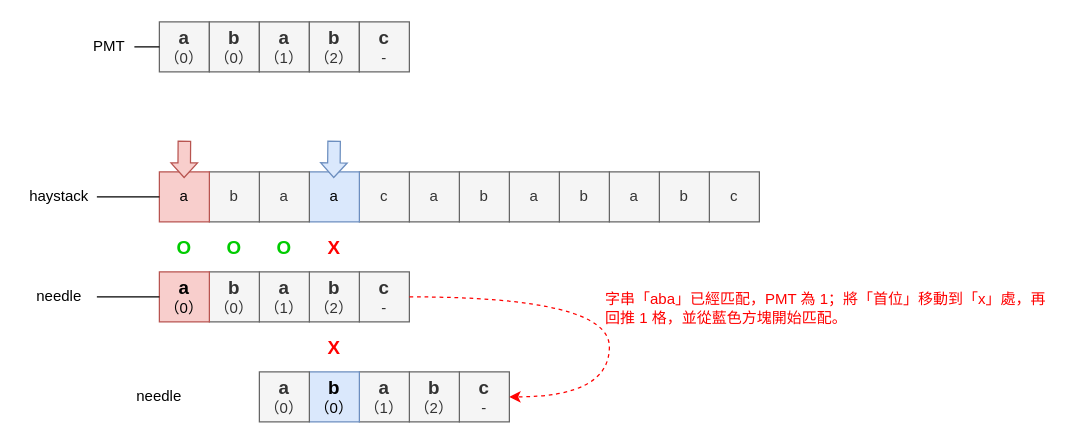
Earlier version of the draw.io diagram page "第 8 页" (7 of 11) of docs/0028_find_the_index_of_the_first_occurrence_in_a_string_kmp.drawio (rickbsr/example-leetcode). Source tidied: cells renumbered, new cells numbered last; positions are measured from the earlier drawing's top-left corner, leaving out a move shared by most shapes. Both pictures are drawn from the tidied source at 125%, with x=0, y=0 at pixel (21, 21).
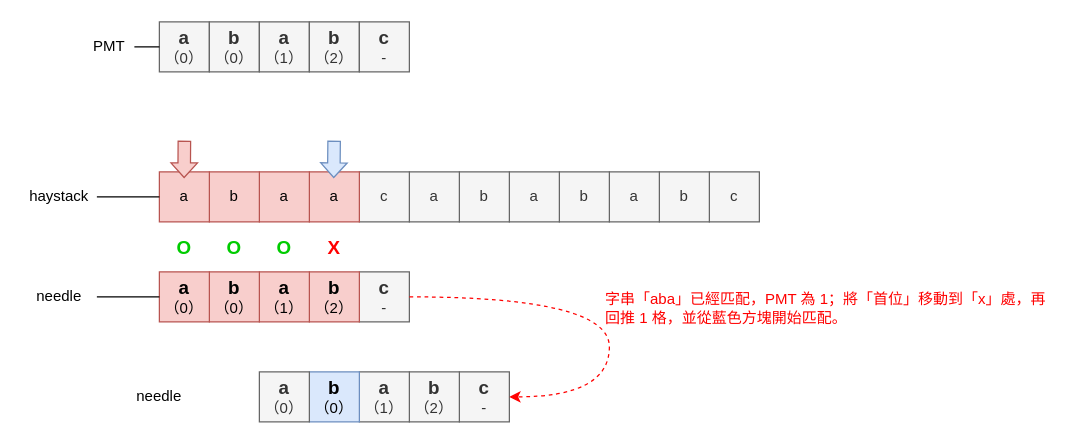
The same diagram, later.

The edit, as a diff of the source:
```diff
@@
-    <mxCell id="2" value="&lt;font color=&quot;#ff0000&quot; style=&quot;font-size: 15px;&quot;&gt;&lt;b style=&quot;&quot;&gt;X&lt;/b&gt;&lt;/font&gt;" style="rounded=0;whiteSpace=wrap;html=1;fontSize=15;strokeColor=none;" parent="1" vertex="1">
-      <mxGeometry x="230" y="240" width="40" height="40" as="geometry" />
-    </mxCell>
@@
-    <mxCell id="13" value="&lt;font style=&quot;font-size: 15px;&quot;&gt;&lt;b&gt;b&lt;/b&gt;&lt;/font&gt;&lt;br&gt;（2）" style="rounded=0;whiteSpace=wrap;html=1;fillColor=#f5f5f5;fontColor=#333333;strokeColor=#666666;" parent="1" vertex="1">
+    <mxCell id="13" value="&lt;font style=&quot;font-size: 15px;&quot;&gt;&lt;b&gt;b&lt;/b&gt;&lt;/font&gt;&lt;br&gt;（2）" style="rounded=0;whiteSpace=wrap;html=1;fillColor=#f8cecc;strokeColor=#b85450;" parent="1" vertex="1">
       <mxGeometry x="230" y="200" width="40" height="40" as="geometry" />
     </mxCell>
-    <mxCell id="14" value="&lt;font style=&quot;font-size: 15px;&quot;&gt;&lt;b&gt;a&lt;/b&gt;&lt;/font&gt;&lt;br&gt;（1）" style="rounded=0;whiteSpace=wrap;html=1;fillColor=#f5f5f5;fontColor=#333333;strokeColor=#666666;" parent="1" vertex="1">
+    <mxCell id="14" value="&lt;font style=&quot;font-size: 15px;&quot;&gt;&lt;b&gt;a&lt;/b&gt;&lt;/font&gt;&lt;br&gt;（1）" style="rounded=0;whiteSpace=wrap;html=1;fillColor=#f8cecc;strokeColor=#b85450;" parent="1" vertex="1">
       <mxGeometry x="190" y="200" width="40" height="40" as="geometry" />
     </mxCell>
-    <mxCell id="15" value="&lt;font style=&quot;font-size: 15px;&quot;&gt;&lt;b&gt;b&lt;/b&gt;&lt;/font&gt;&lt;br&gt;（0）" style="rounded=0;whiteSpace=wrap;html=1;fillColor=#f5f5f5;fontColor=#333333;strokeColor=#666666;" parent="1" vertex="1">
+    <mxCell id="15" value="&lt;font style=&quot;font-size: 15px;&quot;&gt;&lt;b&gt;b&lt;/b&gt;&lt;/font&gt;&lt;br&gt;（0）" style="rounded=0;whiteSpace=wrap;html=1;fillColor=#f8cecc;strokeColor=#b85450;" parent="1" vertex="1">
       <mxGeometry x="150" y="200" width="40" height="40" as="geometry" />
     </mxCell>
@@
-    <mxCell id="25" value="a" style="rounded=0;whiteSpace=wrap;html=1;fillColor=#dae8fc;strokeColor=#6c8ebf;" parent="1" vertex="1">
+    <mxCell id="25" value="a" style="rounded=0;whiteSpace=wrap;html=1;fillColor=#f8cecc;strokeColor=#b85450;" parent="1" vertex="1">
       <mxGeometry x="230" y="120" width="40" height="40" as="geometry" />
     </mxCell>
-    <mxCell id="26" value="a" style="rounded=0;whiteSpace=wrap;html=1;fillColor=#f5f5f5;strokeColor=#666666;fontColor=#333333;" parent="1" vertex="1">
+    <mxCell id="26" value="a" style="rounded=0;whiteSpace=wrap;html=1;fillColor=#f8cecc;strokeColor=#b85450;" parent="1" vertex="1">
       <mxGeometry x="190" y="120" width="40" height="40" as="geometry" />
     </mxCell>
-    <mxCell id="27" value="b" style="rounded=0;whiteSpace=wrap;html=1;fillColor=#f5f5f5;fontColor=#333333;strokeColor=#666666;" parent="1" vertex="1">
+    <mxCell id="27" value="b" style="rounded=0;whiteSpace=wrap;html=1;fillColor=#f8cecc;strokeColor=#b85450;" parent="1" vertex="1">
       <mxGeometry x="150" y="120" width="40" height="40" as="geometry" />
     </mxCell>
@@
-    <mxCell id="35" style="shape=flexArrow;endArrow=classic;html=1;rounded=0;endWidth=10.263157894736842;endSize=3.5605263157894735;fillColor=#dae8fc;strokeColor=#6c8ebf;" parent="1" edge="1">
-      <mxGeometry relative="1" as="geometry">
-        <mxPoint x="249.8" y="95" as="sourcePoint" />
-        <mxPoint x="249.5" y="125" as="targetPoint" />
-      </mxGeometry>
-    </mxCell>
@@
+    <mxCell id="45" style="shape=flexArrow;endArrow=classic;html=1;rounded=0;endWidth=10.263157894736842;endSize=3.5605263157894735;fillColor=#dae8fc;strokeColor=#6c8ebf;" parent="1" edge="1">
+      <mxGeometry relative="1" as="geometry">
+        <mxPoint x="249.8" y="95" as="sourcePoint" />
+        <mxPoint x="249.5" y="125" as="targetPoint" />
+      </mxGeometry>
+    </mxCell>
```
